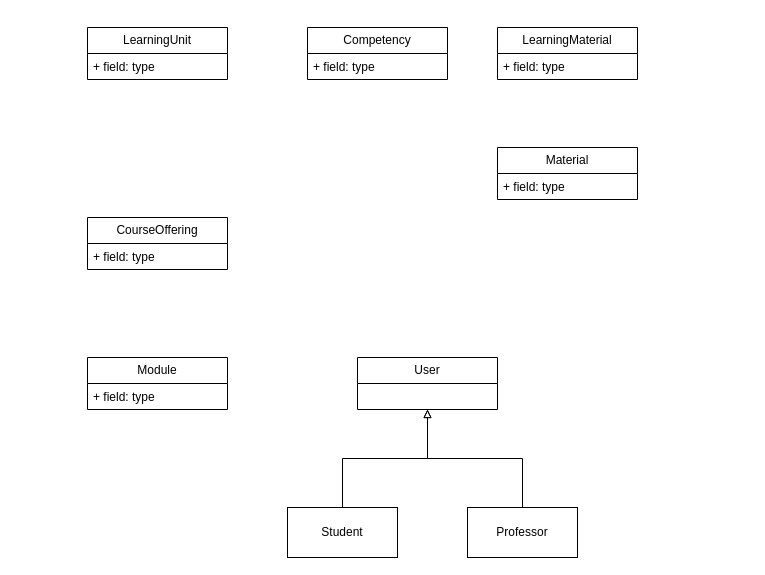
This is Domain_Model_lcms.drawio from MarkTkachov/lcms_diagrams, a draw.io file, before an edit. Source tidied: cells renumbered, new cells numbered last; positions are measured from the earlier drawing's top-left corner, leaving out a move shared by most shapes. Both pictures are drawn from the tidied source at 100%, with x=0, y=0 at pixel (87, 27).
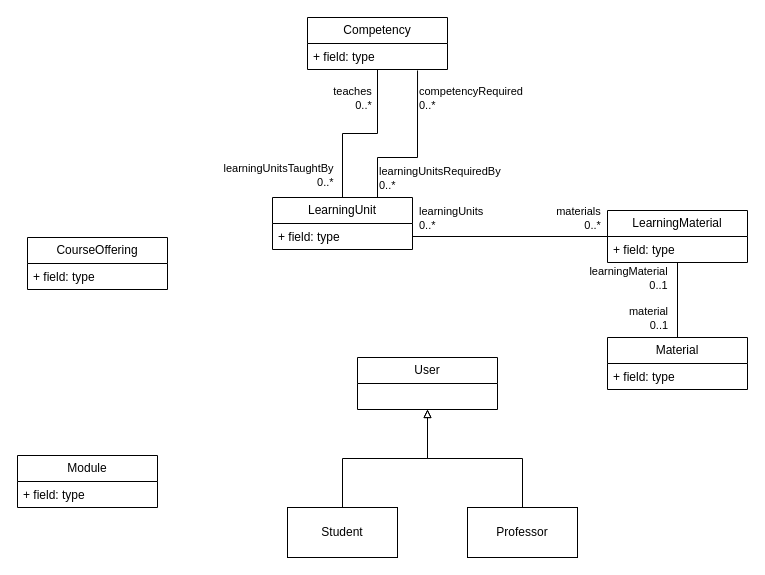
Above is the later version.

Unchanged cells that the change refers to:
```xml
<mxCell id="3" value="+ field: type" style="text;strokeColor=none;fillColor=none;align=left;verticalAlign=top;spacingLeft=4;spacingRight=4;overflow=hidden;points=[[0,0.5],[1,0.5]];portConstraint=eastwest;whiteSpace=wrap;html=1;" parent="2" vertex="1">
  <mxGeometry y="26" width="140" height="26" as="geometry" />
</mxCell>
<mxCell id="5" value="+ field: type" style="text;strokeColor=none;fillColor=none;align=left;verticalAlign=top;spacingLeft=4;spacingRight=4;overflow=hidden;points=[[0,0.5],[1,0.5]];portConstraint=eastwest;whiteSpace=wrap;html=1;" parent="4" vertex="1">
  <mxGeometry y="26" width="140" height="26" as="geometry" />
</mxCell>
```

What changed in the source:
```diff
@@
+    <mxCell id="19" style="edgeStyle=orthogonalEdgeStyle;rounded=0;jettySize=auto;html=1;endArrow=none;endFill=0;" parent="1" edge="1" source="2" target="4">
+      <mxGeometry relative="1" as="geometry" />
+    </mxCell>
+    <mxCell id="20" value="&lt;div&gt;learningUnitsTaughtBy&lt;/div&gt;&lt;div align=&quot;right&quot;&gt;0..*&lt;br&gt;&lt;/div&gt;" style="edgeLabel;html=1;align=center;verticalAlign=middle;" parent="19" vertex="1">
+      <mxGeometry x="-0.72" y="-5" relative="1" as="geometry">
+        <mxPoint x="-70" as="offset" />
+      </mxGeometry>
+    </mxCell>
+    <mxCell id="21" style="edgeStyle=orthogonalEdgeStyle;rounded=0;jettySize=auto;html=1;exitX=0.75;exitY=0;exitDx=0;exitDy=0;entryX=0.786;entryY=1.038;entryDx=0;entryDy=0;entryPerimeter=0;endArrow=none;endFill=0;" parent="1" edge="1" source="2" target="5">
+      <mxGeometry relative="1" as="geometry">
+        <Array as="points">
+          <mxPoint x="290" y="130" />
+          <mxPoint x="330" y="130" />
+        </Array>
+      </mxGeometry>
+    </mxCell>
     <mxCell id="2" value="LearningUnit" style="swimlane;fontStyle=0;horizontal=1;startSize=26;fillColor=none;whiteSpace=wrap;html=1;" parent="1" vertex="1">
-      <mxGeometry width="140" height="52" as="geometry" />
+      <mxGeometry x="185" y="170" width="140" height="52" as="geometry" />
     </mxCell>
@@
     <mxCell id="4" value="Competency" style="swimlane;fontStyle=0;horizontal=1;startSize=26;fillColor=none;whiteSpace=wrap;html=1;" parent="1" vertex="1">
-      <mxGeometry x="220" width="140" height="52" as="geometry" />
+      <mxGeometry x="220" y="-10" width="140" height="52" as="geometry" />
     </mxCell>
@@
+    <mxCell id="22" style="edgeStyle=orthogonalEdgeStyle;rounded=0;jettySize=auto;html=1;endArrow=none;endFill=0;" parent="1" edge="1" source="6" target="8">
+      <mxGeometry relative="1" as="geometry" />
+    </mxCell>
     <mxCell id="6" value="LearningMaterial" style="swimlane;fontStyle=0;horizontal=1;startSize=26;fillColor=none;whiteSpace=wrap;html=1;" parent="1" vertex="1">
-      <mxGeometry x="410" width="140" height="52" as="geometry" />
+      <mxGeometry x="520" y="183" width="140" height="52" as="geometry" />
     </mxCell>
@@
     <mxCell id="8" value="Material" style="swimlane;fontStyle=0;horizontal=1;startSize=26;fillColor=none;whiteSpace=wrap;html=1;" parent="1" vertex="1">
-      <mxGeometry x="410" y="120" width="140" height="52" as="geometry" />
+      <mxGeometry x="520" y="310" width="140" height="52" as="geometry" />
     </mxCell>
@@
     <mxCell id="10" value="CourseOffering" style="swimlane;fontStyle=0;horizontal=1;startSize=26;fillColor=none;whiteSpace=wrap;html=1;" parent="1" vertex="1">
-      <mxGeometry y="190" width="140" height="52" as="geometry" />
+      <mxGeometry x="-60" y="210" width="140" height="52" as="geometry" />
     </mxCell>
@@
     <mxCell id="12" value="Module" style="swimlane;fontStyle=0;horizontal=1;startSize=26;fillColor=none;whiteSpace=wrap;html=1;" parent="1" vertex="1">
-      <mxGeometry y="330" width="140" height="52" as="geometry" />
+      <mxGeometry x="-70" y="428" width="140" height="52" as="geometry" />
     </mxCell>
@@
+    <mxCell id="23" value="&lt;div&gt;teaches&lt;br&gt;&lt;/div&gt;&lt;div align=&quot;right&quot;&gt;0..*&lt;br&gt;&lt;/div&gt;" style="edgeLabel;html=1;align=center;verticalAlign=middle;" parent="1" vertex="1">
+      <mxGeometry x="264" y="70" as="geometry" />
+    </mxCell>
+    <mxCell id="24" value="&lt;div align=&quot;left&quot;&gt;learningUnitsRequiredBy&lt;/div&gt;&lt;div align=&quot;left&quot;&gt;0..*&lt;br&gt;&lt;/div&gt;" style="edgeLabel;html=1;align=left;verticalAlign=middle;" parent="1" vertex="1">
+      <mxGeometry x="290" y="150" as="geometry" />
+    </mxCell>
+    <mxCell id="25" value="&lt;div align=&quot;left&quot;&gt;competencyRequired&lt;/div&gt;&lt;div align=&quot;left&quot;&gt;0..*&lt;br&gt;&lt;/div&gt;" style="edgeLabel;html=1;align=left;verticalAlign=middle;" parent="1" vertex="1">
+      <mxGeometry x="330" y="70" as="geometry" />
+    </mxCell>
+    <mxCell id="26" style="edgeStyle=orthogonalEdgeStyle;rounded=0;jettySize=auto;html=1;endArrow=none;endFill=0;" parent="1" edge="1" source="3" target="6">
+      <mxGeometry relative="1" as="geometry" />
+    </mxCell>
+    <mxCell id="27" value="&lt;div&gt;learningMaterial&lt;br&gt;&lt;/div&gt;&lt;div align=&quot;right&quot;&gt;0..1&lt;br&gt;&lt;/div&gt;" style="edgeLabel;html=1;align=center;verticalAlign=middle;" parent="1" vertex="1">
+      <mxGeometry x="540" y="250" as="geometry" />
+    </mxCell>
+    <mxCell id="28" value="&lt;div&gt;material&lt;br&gt;&lt;/div&gt;&lt;div align=&quot;right&quot;&gt;0..1&lt;br&gt;&lt;/div&gt;" style="edgeLabel;html=1;align=center;verticalAlign=middle;" parent="1" vertex="1">
+      <mxGeometry x="560" y="290" as="geometry" />
+    </mxCell>
+    <mxCell id="29" value="&lt;div align=&quot;left&quot;&gt;learningUnits&lt;/div&gt;&lt;div align=&quot;left&quot;&gt;0..*&lt;br&gt;&lt;/div&gt;" style="edgeLabel;html=1;align=left;verticalAlign=middle;" parent="1" vertex="1">
+      <mxGeometry x="330" y="190" as="geometry" />
+    </mxCell>
+    <mxCell id="30" value="&lt;div&gt;materials&lt;br&gt;&lt;/div&gt;&lt;div align=&quot;right&quot;&gt;0..*&lt;br&gt;&lt;/div&gt;" style="edgeLabel;html=1;align=center;verticalAlign=middle;" parent="1" vertex="1">
+      <mxGeometry x="490" y="190" as="geometry" />
+    </mxCell>
```
